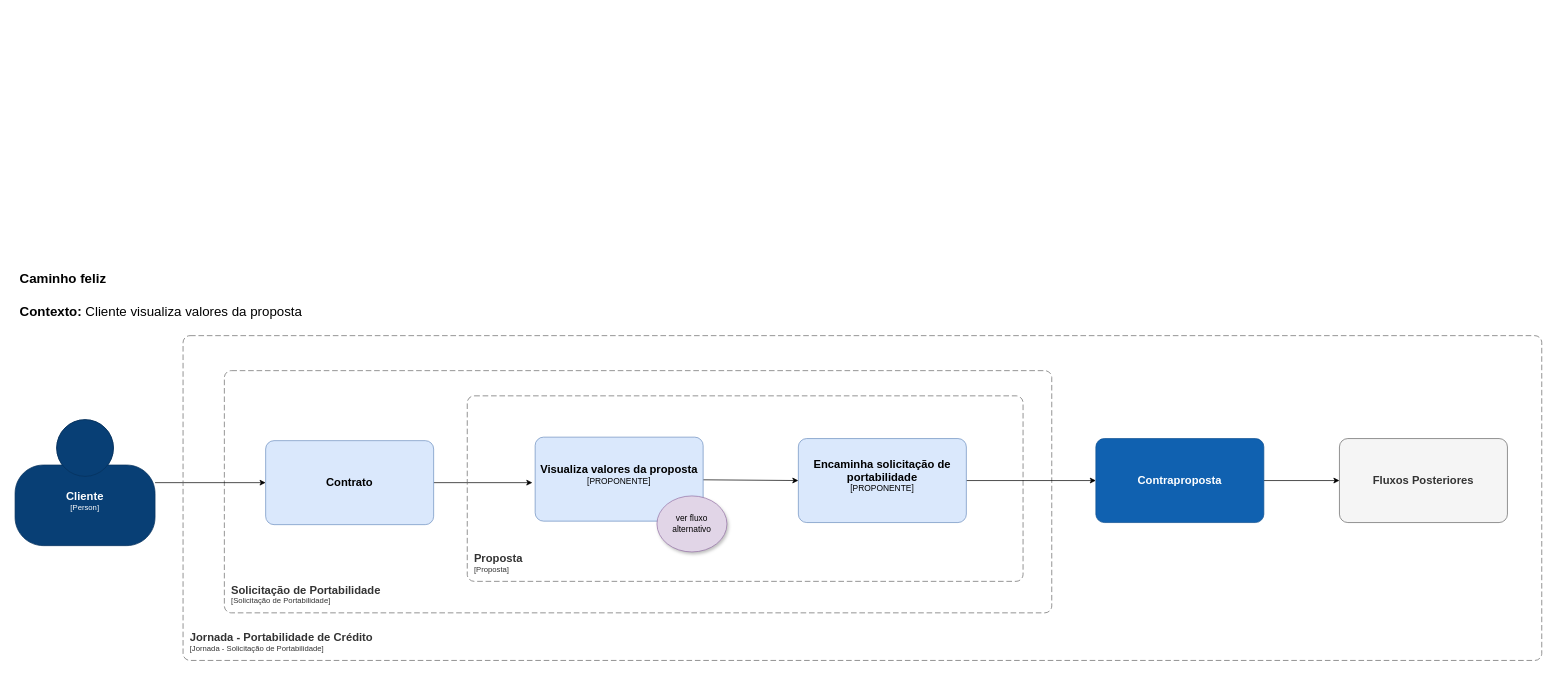
Before: page "Proposta - Scenario 1" (7 of 20) of portabilidade_credito.drawio in andreferreiratrindade/portabilidade_credito_draw, a draw.io diagram. Source tidied: cells renumbered, new cells numbered last; positions are measured from the earlier drawing's top-left corner, leaving out a move shared by most shapes. Both pictures are drawn from the tidied source at 70%, with x=0, y=0 at pixel (15, 268).
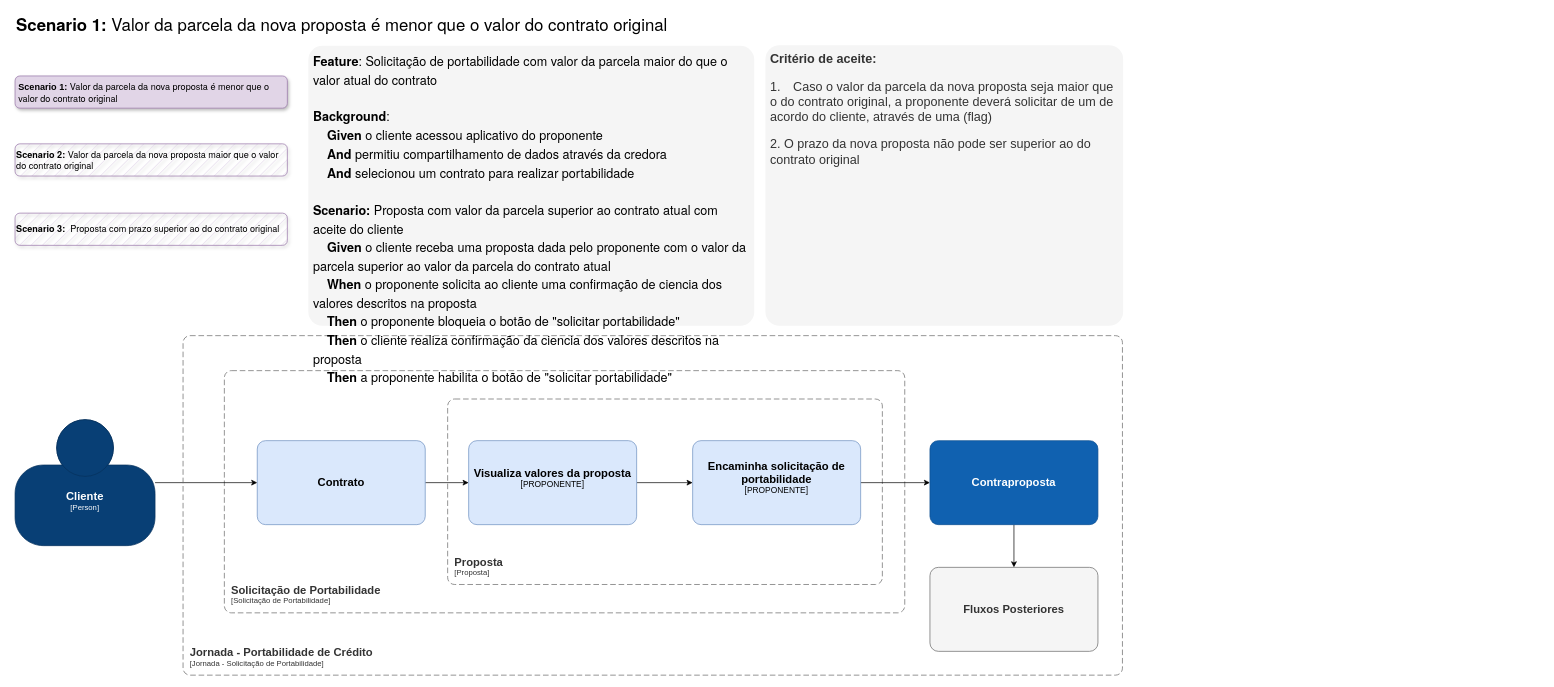
Above is the later version.

Change to the diagram source:
```diff
@@
     <object id="3" label="&lt;font style=&quot;font-size: 16px&quot;&gt;&lt;b&gt;&lt;div style=&quot;text-align: left&quot;&gt;%c4Name%&lt;/div&gt;&lt;/b&gt;&lt;/font&gt;&lt;div style=&quot;text-align: left&quot;&gt;[%c4Application%]&lt;/div&gt;" c4Application="Solicitação de Portabilidade" c4Name="Solicitação de Portabilidade" placeholders="1">
       <mxCell style="rounded=1;fontSize=11;whiteSpace=wrap;html=1;dashed=1;arcSize=20;fillColor=none;strokeColor=#666666;fontColor=#333333;labelBackgroundColor=none;align=left;verticalAlign=bottom;labelBorderColor=none;spacingTop=0;spacing=10;dashPattern=8 4;perimeter=rectanglePerimeter;noLabel=0;labelPadding=0;absoluteArcSize=1;" parent="1" vertex="1">
-        <mxGeometry x="299" y="146" width="1182" height="346" as="geometry" />
+        <mxGeometry x="299" y="146" width="972" height="346" as="geometry" />
       </mxCell>
     </object>
-    <mxCell id="4" style="edgeStyle=orthogonalEdgeStyle;rounded=0;jettySize=auto;html=1;" parent="1" edge="1" source="5">
-      <mxGeometry relative="1" as="geometry">
-        <mxPoint x="739" y="306" as="targetPoint" />
-      </mxGeometry>
+    <mxCell id="4" style="edgeStyle=orthogonalEdgeStyle;rounded=0;jettySize=auto;html=1;entryX=0;entryY=0.5;entryDx=0;entryDy=0;entryPerimeter=0;" parent="1" edge="1" source="5" target="10">
+      <mxGeometry relative="1" as="geometry" />
     </mxCell>
     <object id="5" label="&lt;font style=&quot;font-size: 16px&quot;&gt;&lt;b&gt;%c4Name%&lt;/b&gt;&lt;/font&gt;&lt;br&gt;&lt;div&gt;&lt;font style=&quot;font-size: 11px&quot;&gt;&lt;font color=&quot;#cccccc&quot;&gt;%c4Description%&lt;/font&gt;&lt;/div&gt;" c4Description="" c4Name="Contrato" placeholders="1">
       <mxCell style="rounded=1;whiteSpace=wrap;html=1;labelBackgroundColor=none;fillColor=#dae8fc;align=center;arcSize=10;strokeColor=#6c8ebf;points=[[0.25,0,0],[0.5,0,0],[0.75,0,0],[1,0.25,0],[1,0.5,0],[1,0.75,0],[0.75,1,0],[0.5,1,0],[0.25,1,0],[0,0.75,0],[0,0.5,0],[0,0.25,0]];" parent="1" vertex="1">
-        <mxGeometry x="358" y="246" width="240" height="120" as="geometry" />
+        <mxGeometry x="346" y="246" width="240" height="120" as="geometry" />
       </mxCell>
     </object>
@@
     <object id="7" label="&lt;font style=&quot;font-size: 16px&quot;&gt;&lt;b&gt;&lt;div style=&quot;text-align: left&quot;&gt;%c4Name%&lt;/div&gt;&lt;/b&gt;&lt;/font&gt;&lt;div style=&quot;text-align: left&quot;&gt;[%c4Application%]&lt;/div&gt;" c4Application="Proposta" c4Name="Proposta" placeholders="1">
       <mxCell style="rounded=1;fontSize=11;whiteSpace=wrap;html=1;dashed=1;arcSize=20;fillColor=none;strokeColor=#666666;fontColor=#333333;labelBackgroundColor=none;align=left;verticalAlign=bottom;labelBorderColor=none;spacingTop=0;spacing=10;dashPattern=8 4;perimeter=rectanglePerimeter;noLabel=0;labelPadding=0;absoluteArcSize=1;" parent="1" vertex="1">
-        <mxGeometry x="646" y="182" width="794" height="265" as="geometry" />
+        <mxGeometry x="618" y="186.5" width="621" height="265" as="geometry" />
       </mxCell>
     </object>
@@
     <object id="10" label="&lt;font style=&quot;font-size: 16px&quot;&gt;&lt;b&gt;%c4Name%&lt;/b&gt;&lt;/font&gt;&lt;div&gt;[%c4Type%]&lt;/div&gt;&lt;br&gt;&lt;div&gt;&lt;font style=&quot;font-size: 11px&quot;&gt;&lt;font color=&quot;#cccccc&quot;&gt;%c4Description%&lt;/font&gt;&lt;/div&gt;" c4Description="" c4Name="Visualiza valores da proposta" c4Type="PROPONENTE" placeholders="1">
       <mxCell style="rounded=1;whiteSpace=wrap;html=1;labelBackgroundColor=none;fillColor=#dae8fc;align=center;arcSize=10;strokeColor=#6c8ebf;points=[[0.25,0,0],[0.5,0,0],[0.75,0,0],[1,0.25,0],[1,0.5,0],[1,0.75,0],[0.75,1,0],[0.5,1,0],[0.25,1,0],[0,0.75,0],[0,0.5,0],[0,0.25,0]];" parent="1" vertex="1">
-        <mxGeometry x="743" y="241" width="240" height="120" as="geometry" />
+        <mxGeometry x="648" y="246" width="240" height="120" as="geometry" />
       </mxCell>
     </object>
-    <mxCell id="11" value="ver fluxo alternativo" style="ellipse;whiteSpace=wrap;html=1;fillColor=#e1d5e7;strokeColor=#9673a6;shadow=1;" parent="1" vertex="1">
-      <mxGeometry x="917" y="325" width="100" height="80" as="geometry" />
-    </mxCell>
-    <mxCell id="12" value="&lt;b&gt;Caminho feliz&lt;/b&gt;" style="text;html=1;align=left;verticalAlign=middle;whiteSpace=wrap;rounded=0;fontSize=19;" parent="1" vertex="1">
-      <mxGeometry x="5" width="616" height="30" as="geometry" />
-    </mxCell>
-    <mxCell id="13" value="&lt;div style=&quot;&quot;&gt;&lt;b style=&quot;background-color: initial;&quot;&gt;Contexto:&lt;/b&gt;&lt;span style=&quot;background-color: initial;&quot;&gt; Cliente visualiza valores da proposta&lt;/span&gt;&lt;/div&gt;" style="text;html=1;align=left;verticalAlign=middle;whiteSpace=wrap;rounded=0;fontSize=19;" parent="1" vertex="1">
-      <mxGeometry x="5" y="47" width="616" height="30" as="geometry" />
-    </mxCell>
     <object id="14" label="&lt;font style=&quot;font-size: 16px&quot;&gt;&lt;b&gt;&lt;div style=&quot;text-align: left&quot;&gt;%c4Name%&lt;/div&gt;&lt;/b&gt;&lt;/font&gt;&lt;div style=&quot;text-align: left&quot;&gt;[%c4Application%]&lt;/div&gt;" c4Application="Jornada - Solicitação de Portabilidade" c4Name="Jornada - Portabilidade de Crédito" placeholders="1">
       <mxCell style="rounded=1;fontSize=11;whiteSpace=wrap;html=1;dashed=1;arcSize=20;fillColor=none;strokeColor=#666666;fontColor=#333333;labelBackgroundColor=none;align=left;verticalAlign=bottom;labelBorderColor=none;spacingTop=0;spacing=10;dashPattern=8 4;perimeter=rectanglePerimeter;noLabel=0;labelPadding=0;absoluteArcSize=1;" parent="1" vertex="1">
-        <mxGeometry x="240" y="96" width="1941" height="464" as="geometry" />
+        <mxGeometry x="240" y="96" width="1342" height="485" as="geometry" />
       </mxCell>
     </object>
-    <mxCell id="15" style="edgeStyle=none;html=1;entryX=0;entryY=0.5;entryDx=0;entryDy=0;entryPerimeter=0;" parent="1" edge="1" source="16" target="17">
+    <mxCell id="15" style="edgeStyle=none;html=1;entryX=0.5;entryY=0;entryDx=0;entryDy=0;entryPerimeter=0;exitX=0.5;exitY=1;exitDx=0;exitDy=0;exitPerimeter=0;" parent="1" edge="1" source="16" target="17">
       <mxGeometry relative="1" as="geometry" />
     </mxCell>
     <object id="16" label="&lt;font style=&quot;font-size: 16px&quot;&gt;&lt;b&gt;%c4Name%&lt;/b&gt;&lt;/font&gt;&lt;br&gt;&lt;div&gt;&lt;font style=&quot;font-size: 11px&quot;&gt;&lt;font color=&quot;#cccccc&quot;&gt;%c4Description%&lt;/font&gt;&lt;/div&gt;" c4Description="" c4Name="Contraproposta" placeholders="1">
       <mxCell style="rounded=1;whiteSpace=wrap;html=1;labelBackgroundColor=none;fillColor=#1061B0;fontColor=#ffffff;align=center;arcSize=10;strokeColor=#0D5091;points=[[0.25,0,0],[0.5,0,0],[0.75,0,0],[1,0.25,0],[1,0.5,0],[1,0.75,0],[0.75,1,0],[0.5,1,0],[0.25,1,0],[0,0.75,0],[0,0.5,0],[0,0.25,0]];" parent="1" vertex="1">
-        <mxGeometry x="1544" y="243" width="240" height="120" as="geometry" />
+        <mxGeometry x="1307" y="246" width="240" height="120" as="geometry" />
       </mxCell>
     </object>
     <object id="17" label="&lt;font style=&quot;font-size: 16px&quot;&gt;&lt;b&gt;%c4Name%&lt;/b&gt;&lt;/font&gt;&lt;br&gt;&lt;div&gt;&lt;font style=&quot;font-size: 11px&quot;&gt;&lt;font color=&quot;#cccccc&quot;&gt;%c4Description%&lt;/font&gt;&lt;/div&gt;" c4Description="" c4Name="Fluxos Posteriores" placeholders="1">
       <mxCell style="rounded=1;whiteSpace=wrap;html=1;labelBackgroundColor=none;fillColor=#f5f5f5;fontColor=#333333;align=center;arcSize=10;strokeColor=#666666;points=[[0.25,0,0],[0.5,0,0],[0.75,0,0],[1,0.25,0],[1,0.5,0],[1,0.75,0],[0.75,1,0],[0.5,1,0],[0.25,1,0],[0,0.75,0],[0,0.5,0],[0,0.25,0]];" parent="1" vertex="1">
-        <mxGeometry x="1892" y="243" width="240" height="120" as="geometry" />
+        <mxGeometry x="1307" y="427" width="240" height="120" as="geometry" />
       </mxCell>
     </object>
     <object id="18" label="&lt;font style=&quot;font-size: 16px&quot;&gt;&lt;b&gt;%c4Name%&lt;/b&gt;&lt;/font&gt;&lt;div&gt;[%c4Type%]&lt;/div&gt;&lt;br&gt;&lt;div&gt;&lt;font style=&quot;font-size: 11px&quot;&gt;&lt;font color=&quot;#cccccc&quot;&gt;%c4Description%&lt;/font&gt;&lt;/div&gt;" c4Description="" c4Name="Encaminha solicitação de portabilidade" c4Type="PROPONENTE" placeholders="1">
       <mxCell style="rounded=1;whiteSpace=wrap;html=1;labelBackgroundColor=none;fillColor=#dae8fc;align=center;arcSize=10;strokeColor=#6c8ebf;points=[[0.25,0,0],[0.5,0,0],[0.75,0,0],[1,0.25,0],[1,0.5,0],[1,0.75,0],[0.75,1,0],[0.5,1,0],[0.25,1,0],[0,0.75,0],[0,0.5,0],[0,0.25,0]];" parent="1" vertex="1">
-        <mxGeometry x="1119" y="243" width="240" height="120" as="geometry" />
+        <mxGeometry x="968" y="246" width="240" height="120" as="geometry" />
       </mxCell>
     </object>
+    <mxCell id="19" value="&lt;b style=&quot;border-color: var(--border-color); font-family: &amp;quot;Helvetica Neue&amp;quot;; font-size: 24px;&quot;&gt;Scenario 1:&lt;/b&gt;&lt;span style=&quot;font-family: &amp;quot;Helvetica Neue&amp;quot;; font-size: 24px;&quot;&gt;&amp;nbsp;Valor da parcela da nova proposta é menor que o valor do contrato original&lt;/span&gt;" style="text;html=1;align=left;verticalAlign=middle;whiteSpace=wrap;rounded=1;fontSize=24;" parent="1" vertex="1">
+      <mxGeometry y="-363" width="1020" height="30" as="geometry" />
+    </mxCell>
+    <mxCell id="20" value="&lt;font style=&quot;font-size: 13px;&quot;&gt;&lt;font style=&quot;font-size: 13px;&quot;&gt;&lt;b style=&quot;&quot;&gt;Scenario 1:&amp;nbsp;&lt;/b&gt;&lt;/font&gt;&lt;span style=&quot;font-family: &amp;quot;Helvetica Neue&amp;quot;;&quot;&gt;Valor da parcela da nova proposta é menor que o valor do contrato original&lt;/span&gt;&lt;/font&gt;" style="rounded=1;whiteSpace=wrap;html=1;fillColor=#e1d5e7;strokeColor=#9673a6;textShadow=0;shadow=1;align=left;spacingLeft=3;fillStyle=solid;" parent="1" vertex="1">
+      <mxGeometry y="-275" width="389" height="46" as="geometry" />
+    </mxCell>
+    <mxCell id="21" value="&lt;p style=&quot;font-size: 18px;&quot;&gt;&lt;strong style=&quot;font-size: 18px;&quot;&gt;Critério de aceite:&lt;/strong&gt;&lt;/p&gt;&lt;p style=&quot;font-size: 18px;&quot;&gt;&lt;/p&gt;&lt;p style=&quot;font-size: 18px;&quot;&gt;1. Caso o valor da parcela da nova proposta seja maior que o do contrato original, a proponente deverá solicitar de um de acordo do cliente, através de uma (flag)&lt;/p&gt;&lt;p style=&quot;font-size: 18px;&quot;&gt;2. O prazo da nova proposta não pode ser superior ao do contrato original&lt;/p&gt;" style="rounded=1;whiteSpace=wrap;html=1;fillColor=#f5f5f5;strokeColor=none;align=left;spacingLeft=5;fontColor=#333333;fontSize=18;verticalAlign=top;spacingTop=-15;arcSize=5;" parent="1" vertex="1">
+      <mxGeometry x="1072" y="-319" width="511" height="401" as="geometry" />
+    </mxCell>
+    <mxCell id="22" value="&lt;p style=&quot;margin: 0px; font-variant-numeric: normal; font-variant-east-asian: normal; font-variant-alternates: normal; font-size-adjust: none; font-kerning: auto; font-optical-sizing: auto; font-feature-settings: normal; font-variation-settings: normal; font-variant-position: normal; font-stretch: normal; font-size: 18px; line-height: normal; font-family: &amp;quot;Helvetica Neue&amp;quot;; color: rgb(0, 0, 0);&quot; class=&quot;p1&quot;&gt;&lt;b style=&quot;font-size: 18px;&quot;&gt;Feature&lt;/b&gt;: Solicitação de portabilidade com valor da parcela maior do que o valor atual do contrato&lt;/p&gt;&lt;p style=&quot;margin: 0px; font-variant-numeric: normal; font-variant-east-asian: normal; font-variant-alternates: normal; font-size-adjust: none; font-kerning: auto; font-optical-sizing: auto; font-feature-settings: normal; font-variation-settings: normal; font-variant-position: normal; font-stretch: normal; font-size: 18px; line-height: normal; font-family: &amp;quot;Helvetica Neue&amp;quot;; color: rgb(0, 0, 0);&quot; class=&quot;p1&quot;&gt;&amp;nbsp;&lt;/p&gt;&lt;p style=&quot;margin: 0px; font-variant-numeric: normal; font-variant-east-asian: normal; font-variant-alternates: normal; font-size-adjust: none; font-kerning: auto; font-optical-sizing: auto; font-feature-settings: normal; font-variation-settings: normal; font-variant-position: normal; font-stretch: normal; font-size: 18px; line-height: normal; font-family: &amp;quot;Helvetica Neue&amp;quot;; color: rgb(0, 0, 0);&quot; class=&quot;p1&quot;&gt;&lt;b style=&quot;font-size: 18px;&quot;&gt;Background&lt;/b&gt;:&lt;/p&gt;&lt;p style=&quot;margin: 0px; font-variant-numeric: normal; font-variant-east-asian: normal; font-variant-alternates: normal; font-size-adjust: none; font-kerning: auto; font-optical-sizing: auto; font-feature-settings: normal; font-variation-settings: normal; font-variant-position: normal; font-stretch: normal; font-size: 18px; line-height: normal; font-family: &amp;quot;Helvetica Neue&amp;quot;; color: rgb(0, 0, 0);&quot; class=&quot;p1&quot;&gt;&amp;nbsp; &amp;nbsp; &lt;b style=&quot;font-size: 18px;&quot;&gt;Given&lt;/b&gt; o cliente acessou aplicativo do proponente&lt;/p&gt;&lt;p style=&quot;margin: 0px; font-variant-numeric: normal; font-variant-east-asian: normal; font-variant-alternates: normal; font-size-adjust: none; font-kerning: auto; font-optical-sizing: auto; font-feature-settings: normal; font-variation-settings: normal; font-variant-position: normal; font-stretch: normal; font-size: 18px; line-height: normal; font-family: &amp;quot;Helvetica Neue&amp;quot;; color: rgb(0, 0, 0);&quot; class=&quot;p1&quot;&gt;&amp;nbsp; &amp;nbsp; &lt;b style=&quot;font-size: 18px;&quot;&gt;And&lt;/b&gt; permitiu compartilhamento de dados através da credora&lt;/p&gt;&lt;p style=&quot;margin: 0px; font-variant-numeric: normal; font-variant-east-asian: normal; font-variant-alternates: normal; font-size-adjust: none; font-kerning: auto; font-optical-sizing: auto; font-feature-settings: normal; font-variation-settings: normal; font-variant-position: normal; font-stretch: normal; font-size: 18px; line-height: normal; font-family: &amp;quot;Helvetica Neue&amp;quot;; color: rgb(0, 0, 0);&quot; class=&quot;p1&quot;&gt;&amp;nbsp; &amp;nbsp; &lt;b style=&quot;font-size: 18px;&quot;&gt;And&lt;/b&gt; selecionou um contrato para realizar portabilidade&lt;/p&gt;&lt;p style=&quot;margin: 0px; font-variant-numeric: normal; font-variant-east-asian: normal; font-variant-alternates: normal; font-size-adjust: none; font-kerning: auto; font-optical-sizing: auto; font-feature-settings: normal; font-variation-settings: normal; font-variant-position: normal; font-stretch: normal; font-size: 18px; line-height: normal; font-family: &amp;quot;Helvetica Neue&amp;quot;; color: rgb(0, 0, 0);&quot; class=&quot;p1&quot;&gt;&amp;nbsp;&lt;/p&gt;&lt;p style=&quot;margin: 0px; font-variant-numeric: normal; font-variant-east-asian: normal; font-variant-alternates: normal; font-size-adjust: none; font-kerning: auto; font-optical-sizing: auto; font-feature-settings: normal; font-variation-settings: normal; font-variant-position: normal; font-stretch: normal; font-size: 18px; line-height: normal; font-family: &amp;quot;Helvetica Neue&amp;quot;; color: rgb(0, 0, 0);&quot; class=&quot;p1&quot;&gt;&lt;b style=&quot;font-size: 18px;&quot;&gt;Scenario: &lt;/b&gt;Proposta com valor da parcela superior ao contrato atual com aceite do cliente&lt;/p&gt;&lt;p style=&quot;margin: 0px; font-variant-numeric: normal; font-variant-east-asian: normal; font-variant-alternates: normal; font-size-adjust: none; font-kerning: auto; font-optical-sizing: auto; font-feature-settings: normal; font-variation-settings: normal; font-variant-position: normal; font-stretch: normal; font-size: 18px; line-height: normal; font-family: &amp;quot;Helvetica Neue&amp;quot;; color: rgb(0, 0, 0);&quot; class=&quot;p1&quot;&gt;&amp;nbsp; &amp;nbsp;&lt;b style=&quot;font-size: 18px;&quot;&gt; Given &lt;/b&gt;o cliente receba uma proposta dada pelo proponente com o valor da parcela superior ao valor da parcela do contrato atual&lt;/p&gt;&lt;p style=&quot;margin: 0px; font-variant-numeric: normal; font-variant-east-asian: normal; font-variant-alternates: normal; font-size-adjust: none; font-kerning: auto; font-optical-sizing: auto; font-feature-settings: normal; font-variation-settings: normal; font-variant-position: normal; font-stretch: normal; font-size: 18px; line-height: normal; font-family: &amp;quot;Helvetica Neue&amp;quot;; color: rgb(0, 0, 0);&quot; class=&quot;p1&quot;&gt;&amp;nbsp; &amp;nbsp; &lt;b style=&quot;font-size: 18px;&quot;&gt;When&lt;/b&gt; o proponente solicita ao cliente uma confirmação de ciencia dos valores descritos na proposta&lt;/p&gt;&lt;p style=&quot;margin: 0px; font-variant-numeric: normal; font-variant-east-asian: normal; font-variant-alternates: normal; font-size-adjust: none; font-kerning: auto; font-optical-sizing: auto; font-feature-settings: normal; font-variation-settings: normal; font-variant-position: normal; font-stretch: normal; font-size: 18px; line-height: normal; font-family: &amp;quot;Helvetica Neue&amp;quot;; color: rgb(0, 0, 0);&quot; class=&quot;p1&quot;&gt;&amp;nbsp; &amp;nbsp; &lt;b style=&quot;font-size: 18px;&quot;&gt;Then&lt;/b&gt; o proponente bloqueia o botão de &quot;solicitar portabilidade&quot;&lt;/p&gt;&lt;p style=&quot;margin: 0px; font-variant-numeric: normal; font-variant-east-asian: normal; font-variant-alternates: normal; font-size-adjust: none; font-kerning: auto; font-optical-sizing: auto; font-feature-settings: normal; font-variation-settings: normal; font-variant-position: normal; font-stretch: normal; font-size: 18px; line-height: normal; font-family: &amp;quot;Helvetica Neue&amp;quot;; color: rgb(0, 0, 0);&quot; class=&quot;p1&quot;&gt;&amp;nbsp; &amp;nbsp; &lt;b style=&quot;font-size: 18px;&quot;&gt;Then&lt;/b&gt; o cliente realiza confirmação da ciencia dos valores descritos na proposta&lt;/p&gt;&lt;p style=&quot;margin: 0px; font-variant-numeric: normal; font-variant-east-asian: normal; font-variant-alternates: normal; font-size-adjust: none; font-kerning: auto; font-optical-sizing: auto; font-feature-settings: normal; font-variation-settings: normal; font-variant-position: normal; font-stretch: normal; font-size: 18px; line-height: normal; font-family: &amp;quot;Helvetica Neue&amp;quot;; color: rgb(0, 0, 0);&quot; class=&quot;p1&quot;&gt;&amp;nbsp; &amp;nbsp; &lt;b style=&quot;font-size: 18px;&quot;&gt;Then&lt;/b&gt; a proponente habilita o botão de &quot;solicitar portabilidade&quot;&lt;/p&gt;" style="rounded=1;whiteSpace=wrap;html=1;fillColor=#f5f5f5;strokeColor=none;align=left;spacingLeft=5;fontColor=#333333;fontSize=18;verticalAlign=top;spacingTop=1;arcSize=5;" parent="1" vertex="1">
+      <mxGeometry x="419" y="-318" width="637" height="400" as="geometry" />
+    </mxCell>
+    <mxCell id="23" value="&lt;font style=&quot;font-size: 13px;&quot;&gt;&lt;b style=&quot;border-color: var(--border-color); font-family: &amp;quot;Helvetica Neue&amp;quot;;&quot;&gt;Scenario 2:&lt;/b&gt;&lt;span style=&quot;font-family: &amp;quot;Helvetica Neue&amp;quot;;&quot;&gt;&amp;nbsp;Valor da parcela da nova proposta maior que o valor do contrato original&lt;/span&gt;&lt;/font&gt;" style="rounded=1;whiteSpace=wrap;html=1;fillColor=#e1d5e7;strokeColor=#9673a6;textShadow=0;shadow=1;align=left;verticalAlign=middle;fillStyle=hatch;" parent="1" vertex="1">
+      <mxGeometry y="-178" width="389" height="46" as="geometry" />
+    </mxCell>
+    <mxCell id="24" value="&lt;font style=&quot;font-size: 13px;&quot;&gt;&lt;b style=&quot;border-color: var(--border-color); font-family: &amp;quot;Helvetica Neue&amp;quot;;&quot;&gt;Scenario 3:&lt;/b&gt;&lt;span style=&quot;font-family: &amp;quot;Helvetica Neue&amp;quot;;&quot;&gt;&amp;nbsp;&lt;/span&gt;&lt;b style=&quot;font-family: &amp;quot;Helvetica Neue&amp;quot;;&quot;&gt;&amp;nbsp;&lt;/b&gt;&lt;span style=&quot;font-family: &amp;quot;Helvetica Neue&amp;quot;;&quot;&gt;Proposta com prazo superior ao do contrato origina&lt;/span&gt;&lt;span style=&quot;font-family: &amp;quot;Helvetica Neue&amp;quot;;&quot;&gt;l&lt;/span&gt;&lt;/font&gt;" style="rounded=1;whiteSpace=wrap;html=1;fillColor=#e1d5e7;strokeColor=#9673a6;textShadow=0;shadow=1;align=left;verticalAlign=middle;fillStyle=hatch;" parent="1" vertex="1">
+      <mxGeometry y="-79" width="389" height="46" as="geometry" />
+    </mxCell>
```
